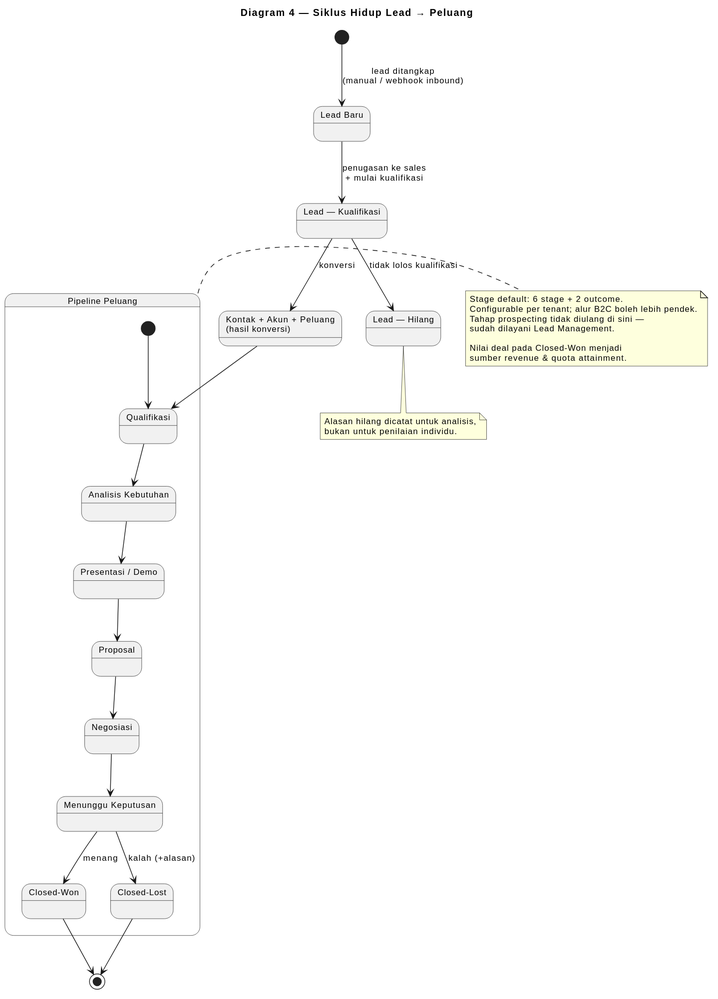
yudha-tlab/ai-os-knowledge keeps this PlantUML diagram as knowledge/projects/bootcamp-crm/requirements/brd/diagrams/04-siklus-lead-peluang.svg. Above is the earlier version.
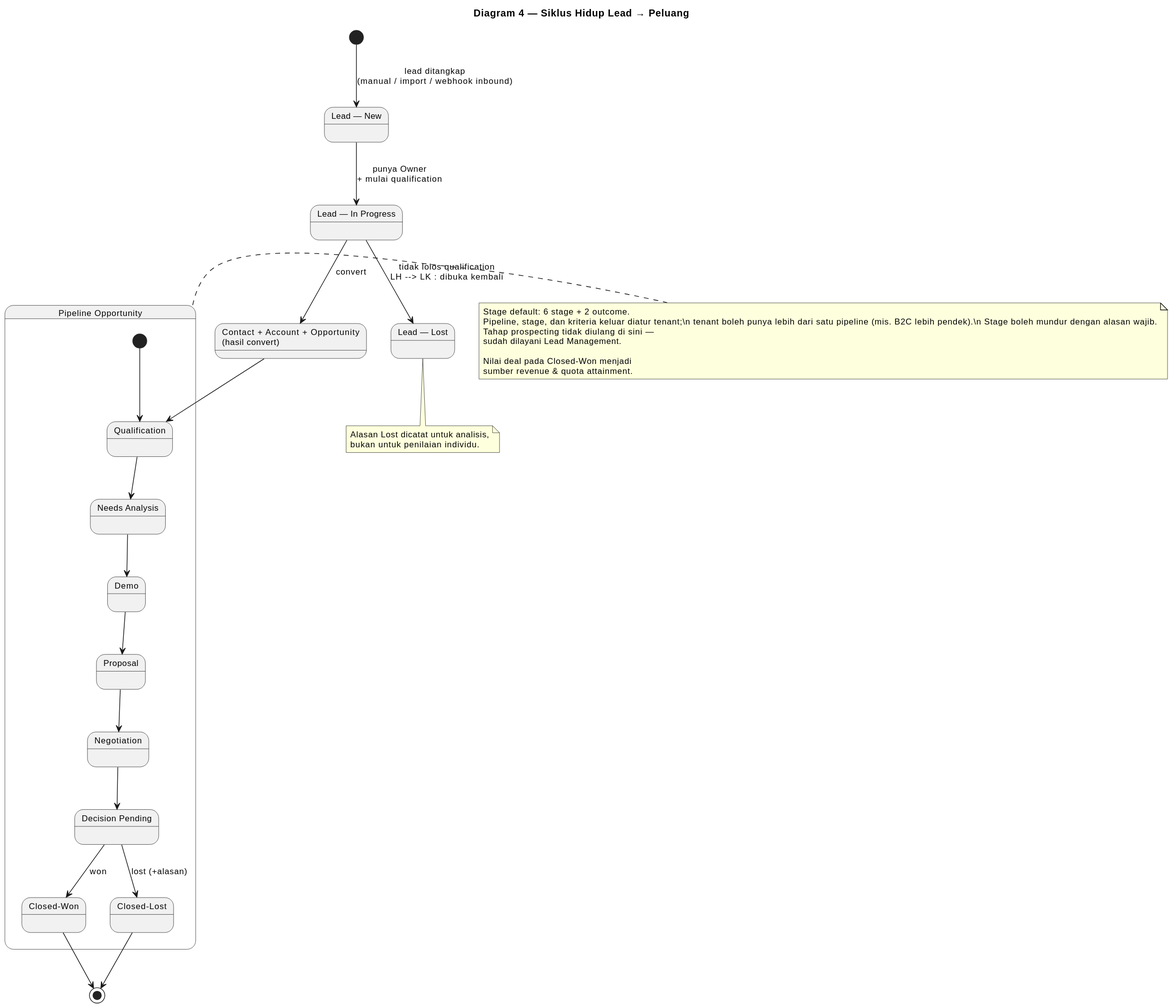
After the commit.

The edit, as a diff of the source:
```diff
@@ -4,23 +4,23 @@
 skinparam shadowing false
 skinparam defaultFontSize 12
 
-state "Lead Baru" as LB
-state "Lead — Kualifikasi" as LK
-state "Lead — Hilang" as LH
-state "Kontak + Akun + Peluang\n(hasil konversi)" as CONV
+state "Lead — New" as LB
+state "Lead — In Progress" as LK
+state "Lead — Lost" as LH
+state "Contact + Account + Opportunity\n(hasil convert)" as CONV
 
-[*] --> LB : lead ditangkap\n(manual / webhook inbound)
-LB --> LK : penugasan ke sales\n+ mulai kualifikasi
-LK --> LH : tidak lolos kualifikasi
-LK --> CONV : konversi
+[*] --> LB : lead ditangkap\n(manual / import / webhook inbound)
+LB --> LK : punya Owner\n+ mulai qualification
+LK --> LH : tidak lolos qualification\nLH --> LK : dibuka kembali
+LK --> CONV : convert
 
-state "Pipeline Peluang" as PIPE {
-  state "Qualifikasi" as S1
-  state "Analisis Kebutuhan" as S2
-  state "Presentasi / Demo" as S3
+state "Pipeline Opportunity" as PIPE {
+  state "Qualification" as S1
+  state "Needs Analysis" as S2
+  state "Demo" as S3
   state "Proposal" as S4
-  state "Negosiasi" as S5
-  state "Menunggu Keputusan" as S6
+  state "Negotiation" as S5
+  state "Decision Pending" as S6
   state "Closed-Won" as CW
   state "Closed-Lost" as CL
 
@@ -30,8 +30,8 @@
   S3 --> S4
   S4 --> S5
   S5 --> S6
-  S6 --> CW : menang
-  S6 --> CL : kalah (+alasan)
+  S6 --> CW : won
+  S6 --> CL : lost (+alasan)
 }
 
 CONV --> S1
@@ -40,7 +40,7 @@
 
 note right of PIPE
   Stage default: 6 stage + 2 outcome.
-  Configurable per tenant; alur B2C boleh lebih pendek.
+  Pipeline, stage, dan kriteria keluar diatur tenant;\n  tenant boleh punya lebih dari satu pipeline (mis. B2C lebih pendek).\n  Stage boleh mundur dengan alasan wajib.
   Tahap prospecting tidak diulang di sini —
   sudah dilayani Lead Management.
 
@@ -49,7 +49,7 @@
 end note
 
 note bottom of LH
-  Alasan hilang dicatat untuk analisis,
+  Alasan Lost dicatat untuk analisis,
   bukan untuk penilaian individu.
 end note
 @enduml
```
